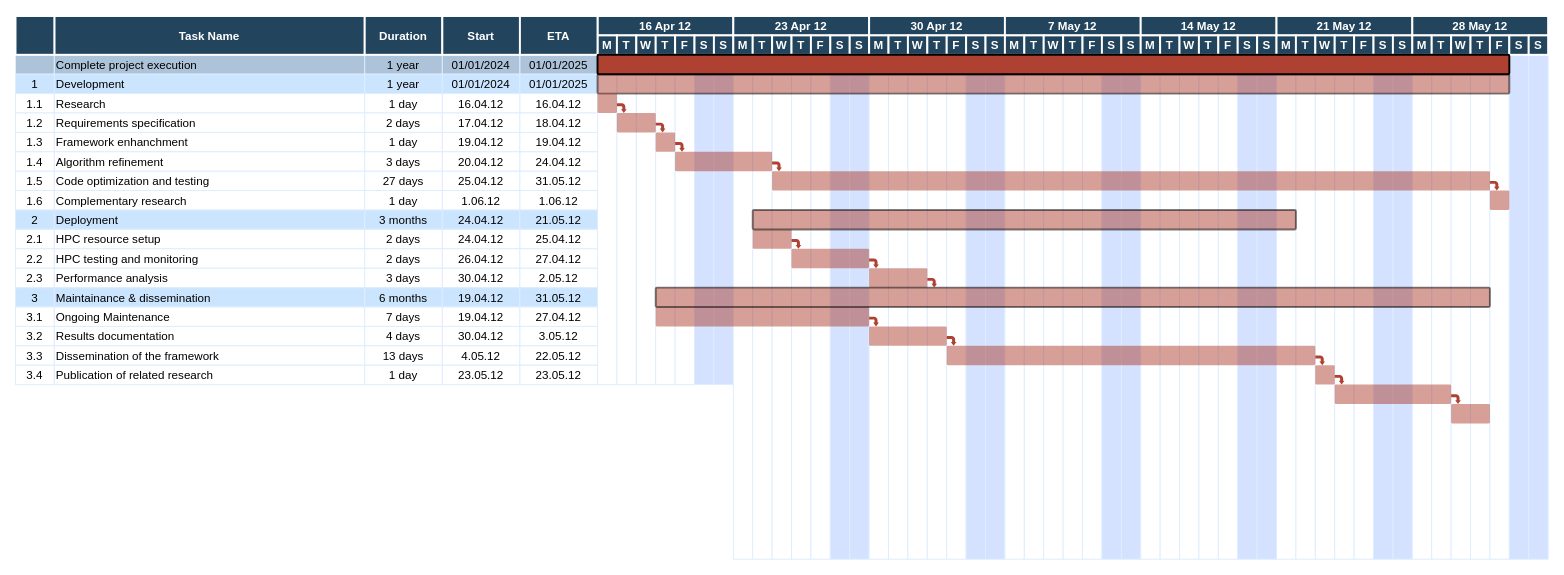
The draw.io diagram docs/GANTT-cineca.drawio in josura/c2c-sepia, before the edit. Source tidied: cells renumbered, new cells numbered last; positions are measured from the earlier drawing's top-left corner, leaving out a move shared by most shapes. Both pictures are drawn from the tidied source at 97%, with x=0, y=0 at pixel (15, 16).
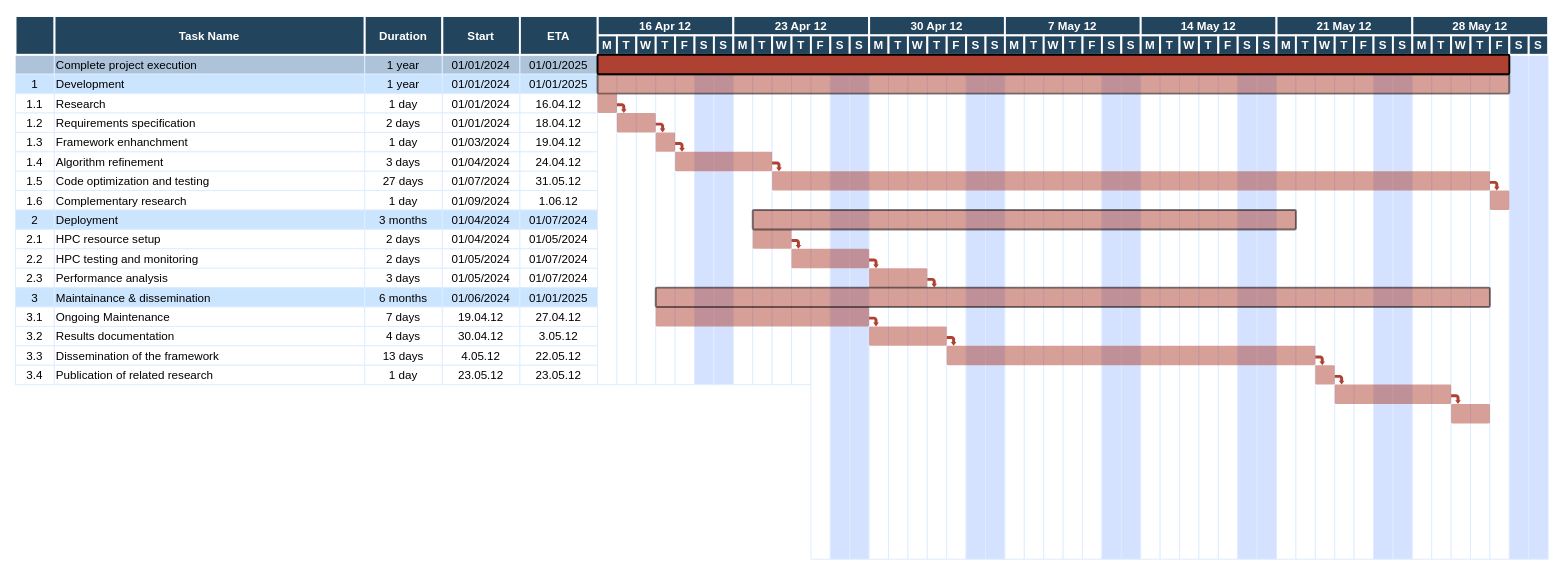
After the change.

Change to the diagram source:
```diff
@@
-    <mxCell id="16" value="16.04.12" style="strokeColor=#DEEDFF;" parent="1" vertex="1">
+    <mxCell id="16" value="01/01/2024" style="strokeColor=#DEEDFF;" parent="1" vertex="1">
       <mxGeometry x="440.5" y="80" width="80" height="20" as="geometry" />
     </mxCell>
@@
-    <mxCell id="21" value="17.04.12" style="strokeColor=#DEEDFF;" parent="1" vertex="1">
+    <mxCell id="21" value="01/01/2024" style="strokeColor=#DEEDFF;" parent="1" vertex="1">
       <mxGeometry x="440.5" y="100" width="80" height="20" as="geometry" />
     </mxCell>
@@
-    <mxCell id="26" value="19.04.12" style="strokeColor=#DEEDFF;" parent="1" vertex="1">
+    <mxCell id="26" value="01/03/2024" style="strokeColor=#DEEDFF;" parent="1" vertex="1">
       <mxGeometry x="440.5" y="120" width="80" height="20" as="geometry" />
     </mxCell>
@@
-    <mxCell id="31" value="20.04.12" style="strokeColor=#DEEDFF;" parent="1" vertex="1">
+    <mxCell id="31" value="01/04/2024" style="strokeColor=#DEEDFF;" parent="1" vertex="1">
       <mxGeometry x="440.5" y="140" width="80" height="20" as="geometry" />
     </mxCell>
@@
-    <mxCell id="36" value="25.04.12" style="strokeColor=#DEEDFF;" parent="1" vertex="1">
+    <mxCell id="36" value="01/07/2024" style="strokeColor=#DEEDFF;" parent="1" vertex="1">
       <mxGeometry x="440.5" y="160" width="80" height="20" as="geometry" />
     </mxCell>
@@
-    <mxCell id="41" value="1.06.12" style="strokeColor=#DEEDFF;" parent="1" vertex="1">
+    <mxCell id="41" value="01/09/2024" style="strokeColor=#DEEDFF;" parent="1" vertex="1">
       <mxGeometry x="440.5" y="180" width="80" height="20" as="geometry" />
     </mxCell>
@@
-    <mxCell id="46" value="24.04.12" style="strokeColor=#DEEDFF;fillColor=#CCE5FF;" parent="1" vertex="1">
+    <mxCell id="46" value="01/04/2024" style="strokeColor=#DEEDFF;fillColor=#CCE5FF;" parent="1" vertex="1">
       <mxGeometry x="440.5" y="200" width="80" height="20" as="geometry" />
     </mxCell>
-    <mxCell id="47" value="21.05.12" style="strokeColor=#DEEDFF;fillColor=#CCE5FF;" parent="1" vertex="1">
+    <mxCell id="47" value="01/07/2024" style="strokeColor=#DEEDFF;fillColor=#CCE5FF;" parent="1" vertex="1">
       <mxGeometry x="520.5" y="200" width="80" height="20" as="geometry" />
     </mxCell>
@@
-    <mxCell id="51" value="24.04.12" style="strokeColor=#DEEDFF;" parent="1" vertex="1">
+    <mxCell id="51" value="01/04/2024" style="strokeColor=#DEEDFF;" parent="1" vertex="1">
       <mxGeometry x="440.5" y="220" width="80" height="20" as="geometry" />
     </mxCell>
-    <mxCell id="52" value="25.04.12" style="strokeColor=#DEEDFF;" parent="1" vertex="1">
+    <mxCell id="52" value="01/05/2024" style="strokeColor=#DEEDFF;" parent="1" vertex="1">
       <mxGeometry x="520.5" y="220" width="80" height="20" as="geometry" />
     </mxCell>
@@
-    <mxCell id="56" value="26.04.12" style="strokeColor=#DEEDFF;" parent="1" vertex="1">
+    <mxCell id="56" value="01/05/2024" style="strokeColor=#DEEDFF;" parent="1" vertex="1">
       <mxGeometry x="440.5" y="240" width="80" height="20" as="geometry" />
     </mxCell>
-    <mxCell id="57" value="27.04.12" style="strokeColor=#DEEDFF;" parent="1" vertex="1">
+    <mxCell id="57" value="01/07/2024" style="strokeColor=#DEEDFF;" parent="1" vertex="1">
       <mxGeometry x="520.5" y="240" width="80" height="20" as="geometry" />
     </mxCell>
@@
-    <mxCell id="61" value="30.04.12" style="strokeColor=#DEEDFF;" parent="1" vertex="1">
+    <mxCell id="61" value="01/05/2024" style="strokeColor=#DEEDFF;" parent="1" vertex="1">
       <mxGeometry x="440.5" y="260" width="80" height="20" as="geometry" />
     </mxCell>
-    <mxCell id="62" value="2.05.12" style="strokeColor=#DEEDFF;" parent="1" vertex="1">
+    <mxCell id="62" value="01/07/2024" style="strokeColor=#DEEDFF;" parent="1" vertex="1">
       <mxGeometry x="520.5" y="260" width="80" height="20" as="geometry" />
     </mxCell>
@@
-    <mxCell id="66" value="19.04.12" style="strokeColor=#DEEDFF;fillColor=#CCE5FF;" parent="1" vertex="1">
+    <mxCell id="66" value="01/06/2024" style="strokeColor=#DEEDFF;fillColor=#CCE5FF;" parent="1" vertex="1">
       <mxGeometry x="440.5" y="280" width="80" height="20" as="geometry" />
     </mxCell>
-    <mxCell id="67" value="31.05.12" style="strokeColor=#DEEDFF;fillColor=#CCE5FF;" parent="1" vertex="1">
+    <mxCell id="67" value="01/01/2025" style="strokeColor=#DEEDFF;fillColor=#CCE5FF;" parent="1" vertex="1">
       <mxGeometry x="520.5" y="280" width="80" height="20" as="geometry" />
     </mxCell>
@@
     <mxCell id="94" style="strokeColor=#DEEDFF;" parent="1" vertex="1">
-      <mxGeometry x="740.5" y="40" width="20" height="520" as="geometry" />
+      <mxGeometry x="740.5" y="40" width="20" height="340" as="geometry" />
     </mxCell>
     <mxCell id="95" style="strokeColor=#DEEDFF;" parent="1" vertex="1">
-      <mxGeometry x="760.5" y="40" width="20" height="520" as="geometry" />
+      <mxGeometry x="760.5" y="40" width="20" height="340" as="geometry" />
     </mxCell>
     <mxCell id="96" style="strokeColor=#DEEDFF;" parent="1" vertex="1">
-      <mxGeometry x="780.5" y="40" width="20" height="520" as="geometry" />
+      <mxGeometry x="780.5" y="40" width="20" height="340" as="geometry" />
     </mxCell>
     <mxCell id="97" style="strokeColor=#DEEDFF;" parent="1" vertex="1">
-      <mxGeometry x="800.5" y="40" width="20" height="520" as="geometry" />
+      <mxGeometry x="800.5" y="40" width="20" height="340" as="geometry" />
     </mxCell>
```
